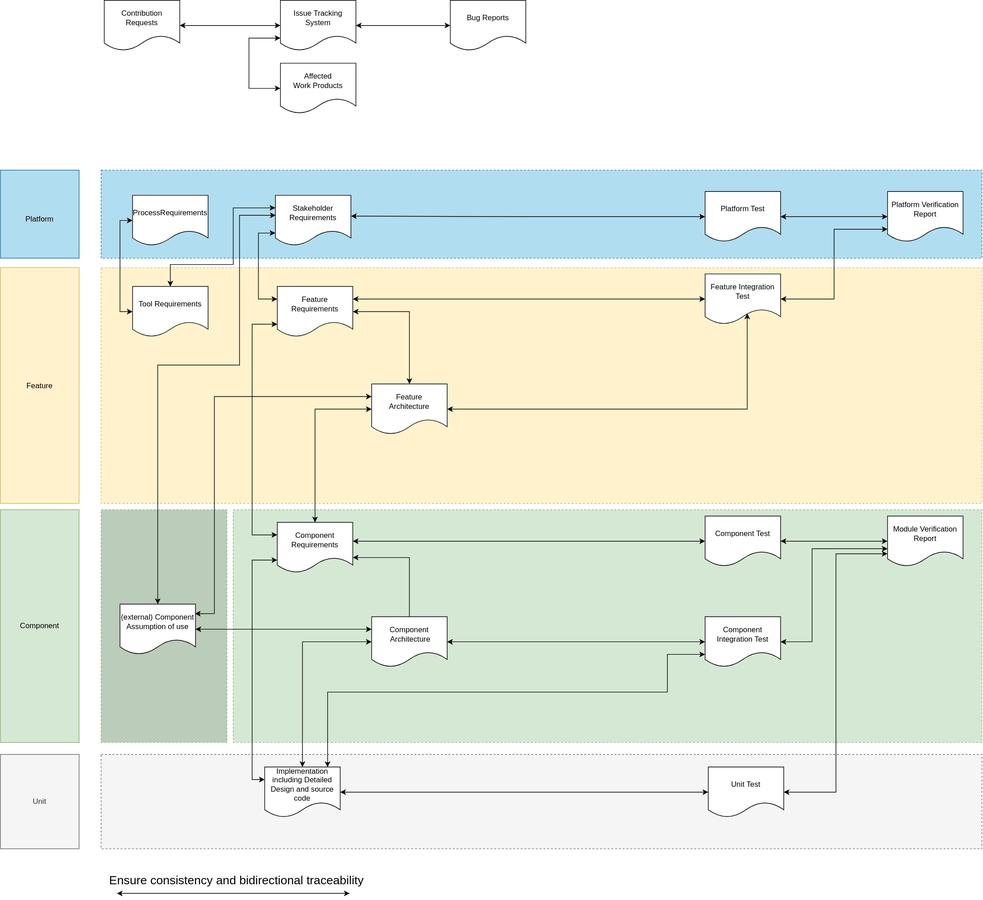
umaucher/score keeps this draw.io diagram as masc2023_create_general_concepts/_images/score_traceability_model_wp_overview.svg. Above is the earlier version. Source tidied: cells renumbered, new cells last; positions are measured from the earlier drawing's top-left corner, leaving out a move shared by most shapes.
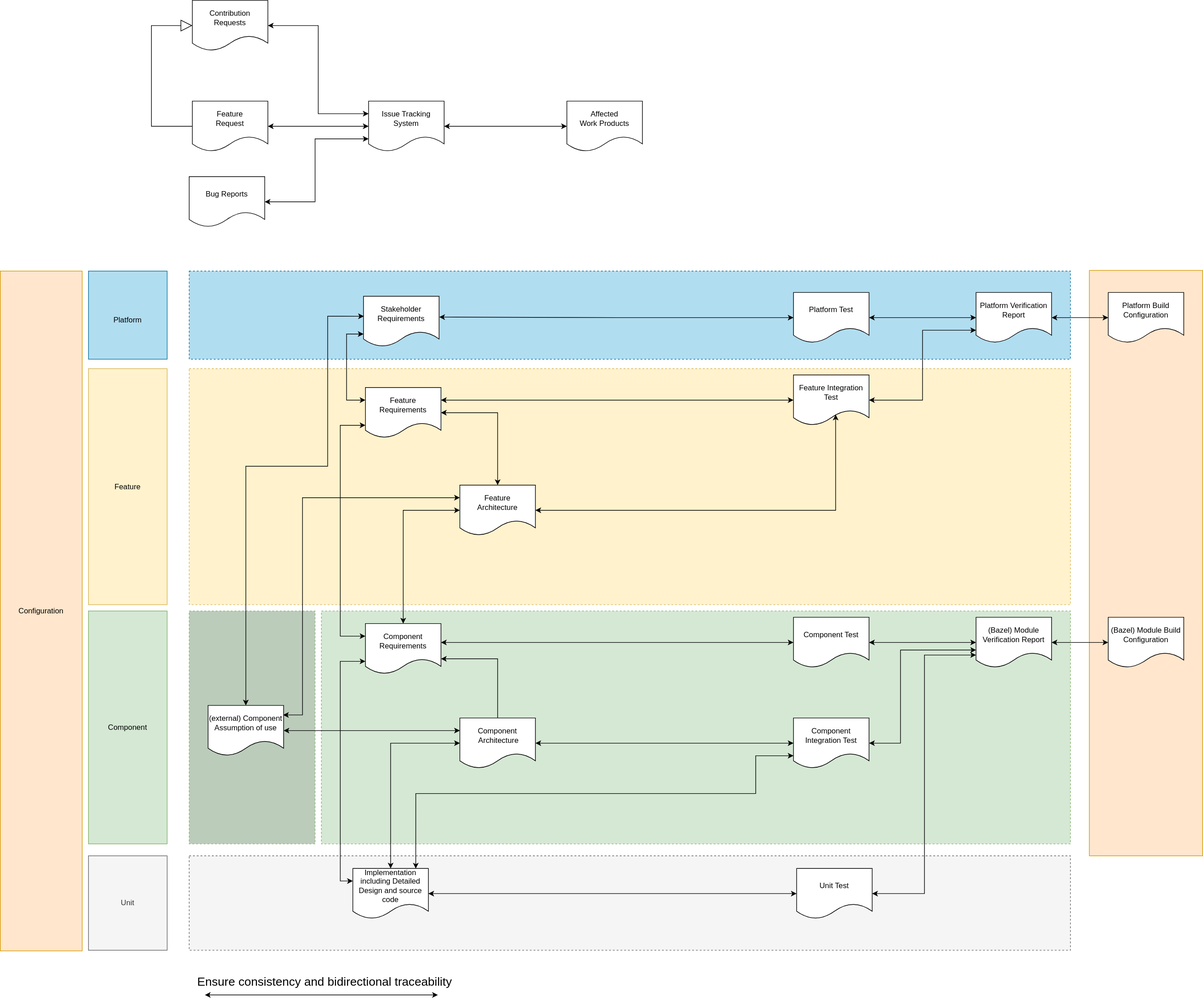
The same diagram one commit later.

Diff of the diagram source:
```diff
@@ -2,6 +2,9 @@
   <root>
     <mxCell id="0" />
     <mxCell id="1" parent="0" />
+    <mxCell id="61" style="rounded=0;whiteSpace=wrap;html=1;fillColor=#ffe6cc;strokeColor=#d79b00;" parent="1" vertex="1">
+      <mxGeometry x="1590" y="269" width="180" height="930" as="geometry" />
+    </mxCell>
     <mxCell id="2" style="rounded=0;whiteSpace=wrap;html=1;dashed=1;fillColor=#b1ddf0;strokeColor=#10739e;" parent="1" vertex="1">
       <mxGeometry x="160" y="270" width="1400" height="140" as="geometry" />
     </mxCell>
@@ -143,53 +146,36 @@
     <mxCell id="37" value="Feature Integration Test" style="shape=document;whiteSpace=wrap;html=1;boundedLbl=1;" parent="1" vertex="1">
       <mxGeometry x="1120" y="435" width="120" height="80" as="geometry" />
     </mxCell>
-    <mxCell id="38" value="Contribution&lt;br&gt;Requests" style="shape=document;whiteSpace=wrap;html=1;boundedLbl=1;" parent="1" vertex="1">
+    <mxCell id="38" value="Feature&lt;br&gt;Request" style="shape=document;whiteSpace=wrap;html=1;boundedLbl=1;" parent="1" vertex="1">
       <mxGeometry x="165" width="120" height="80" as="geometry" />
     </mxCell>
     <mxCell id="39" style="edgeStyle=orthogonalEdgeStyle;rounded=0;jettySize=auto;html=1;entryX=1;entryY=0.5;entryDx=0;entryDy=0;startArrow=classic;startFill=1;" parent="1" edge="1" source="42" target="38">
       <mxGeometry relative="1" as="geometry" />
     </mxCell>
-    <mxCell id="40" style="edgeStyle=orthogonalEdgeStyle;rounded=0;jettySize=auto;html=1;entryX=0;entryY=0.5;entryDx=0;entryDy=0;startArrow=classic;startFill=1;endArrow=classic;endFill=1;" parent="1" edge="1" source="42" target="52">
-      <mxGeometry relative="1" as="geometry" />
+    <mxCell id="40" style="edgeStyle=orthogonalEdgeStyle;rounded=0;jettySize=auto;html=1;entryX=1;entryY=0.5;entryDx=0;entryDy=0;startArrow=classic;startFill=1;endArrow=classic;endFill=1;exitX=0;exitY=0.75;exitDx=0;exitDy=0;" parent="1" edge="1" source="42" target="52">
+      <mxGeometry relative="1" as="geometry">
+        <Array as="points">
+          <mxPoint x="360" y="60" />
+          <mxPoint x="360" y="160" />
+        </Array>
+      </mxGeometry>
     </mxCell>
-    <mxCell id="41" style="edgeStyle=orthogonalEdgeStyle;rounded=0;jettySize=auto;html=1;entryX=0;entryY=0.5;entryDx=0;entryDy=0;startArrow=classic;startFill=1;endArrow=classic;endFill=1;exitX=0;exitY=0.75;exitDx=0;exitDy=0;" parent="1" edge="1" source="42" target="53">
-      <mxGeometry relative="1" as="geometry">
-        <Array as="points">
-          <mxPoint x="395" y="60" />
-          <mxPoint x="395" y="140" />
-        </Array>
-      </mxGeometry>
+    <mxCell id="41" style="edgeStyle=orthogonalEdgeStyle;rounded=0;jettySize=auto;html=1;startArrow=classic;startFill=1;endArrow=classic;endFill=1;exitX=1;exitY=0.5;exitDx=0;exitDy=0;entryX=0;entryY=0.5;entryDx=0;entryDy=0;" parent="1" edge="1" source="42" target="53">
+      <mxGeometry relative="1" as="geometry" />
     </mxCell>
     <mxCell id="42" value="Issue Tracking System" style="shape=document;whiteSpace=wrap;html=1;boundedLbl=1;" parent="1" vertex="1">
       <mxGeometry x="445" width="120" height="80" as="geometry" />
     </mxCell>
+    <mxCell id="62" style="edgeStyle=orthogonalEdgeStyle;rounded=0;jettySize=auto;html=1;entryX=0;entryY=0.5;entryDx=0;entryDy=0;startArrow=classic;startFill=1;" parent="1" edge="1" source="43" target="65">
+      <mxGeometry relative="1" as="geometry" />
+    </mxCell>
     <mxCell id="43" value="Platform Verification Report" style="shape=document;whiteSpace=wrap;html=1;boundedLbl=1;" parent="1" vertex="1">
       <mxGeometry x="1410" y="304" width="120" height="80" as="geometry" />
     </mxCell>
-    <mxCell id="44" style="edgeStyle=orthogonalEdgeStyle;rounded=0;jettySize=auto;html=1;entryX=0;entryY=0.25;entryDx=0;entryDy=0;startArrow=classic;startFill=1;endArrow=classic;endFill=1;exitX=0.5;exitY=0;exitDx=0;exitDy=0;" parent="1" edge="1" source="45" target="6">
-      <mxGeometry relative="1" as="geometry">
-        <Array as="points">
-          <mxPoint x="270" y="420" />
-          <mxPoint x="370" y="420" />
-          <mxPoint x="370" y="330" />
-        </Array>
-      </mxGeometry>
-    </mxCell>
-    <mxCell id="45" value="Tool Requirements" style="shape=document;whiteSpace=wrap;html=1;boundedLbl=1;" parent="1" vertex="1">
-      <mxGeometry x="210" y="455" width="120" height="80" as="geometry" />
-    </mxCell>
-    <mxCell id="46" style="edgeStyle=orthogonalEdgeStyle;rounded=0;jettySize=auto;html=1;entryX=0;entryY=0.5;entryDx=0;entryDy=0;startArrow=classic;startFill=1;endArrow=classic;endFill=1;exitX=0;exitY=0.5;exitDx=0;exitDy=0;" parent="1" edge="1" source="47" target="45">
-      <mxGeometry relative="1" as="geometry">
-        <Array as="points">
-          <mxPoint x="190" y="350" />
-          <mxPoint x="190" y="495" />
-        </Array>
-      </mxGeometry>
-    </mxCell>
-    <mxCell id="47" value="ProcessRequirements" style="shape=document;whiteSpace=wrap;html=1;boundedLbl=1;" parent="1" vertex="1">
-      <mxGeometry x="210" y="310" width="120" height="80" as="geometry" />
-    </mxCell>
+    <mxCell id="63" style="edgeStyle=orthogonalEdgeStyle;rounded=0;jettySize=auto;html=1;exitX=1;exitY=0.5;exitDx=0;exitDy=0;startArrow=classic;startFill=1;" parent="1" edge="1" source="48" target="64">
+      <mxGeometry relative="1" as="geometry" />
+    </mxCell>
-    <mxCell id="48" value="Module Verification Report" style="shape=document;whiteSpace=wrap;html=1;boundedLbl=1;" parent="1" vertex="1">
+    <mxCell id="48" value="(Bazel) Module Verification Report" style="shape=document;whiteSpace=wrap;html=1;boundedLbl=1;" parent="1" vertex="1">
       <mxGeometry x="1410" y="820" width="120" height="80" as="geometry" />
     </mxCell>
     <mxCell id="49" style="edgeStyle=orthogonalEdgeStyle;rounded=0;jettySize=auto;html=1;entryX=0.833;entryY=0.003;entryDx=0;entryDy=0;entryPerimeter=0;startArrow=classic;startFill=1;endArrow=classic;endFill=1;exitX=0;exitY=0.75;exitDx=0;exitDy=0;" parent="1" edge="1" source="51" target="20">
@@ -213,10 +199,10 @@
       <mxGeometry x="1120" y="980" width="120" height="80" as="geometry" />
     </mxCell>
     <mxCell id="52" value="Bug Reports" style="shape=document;whiteSpace=wrap;html=1;boundedLbl=1;" parent="1" vertex="1">
-      <mxGeometry x="715" width="120" height="80" as="geometry" />
+      <mxGeometry x="160" y="120" width="120" height="80" as="geometry" />
     </mxCell>
     <mxCell id="53" value="Affected&lt;br&gt;Work Products" style="shape=document;whiteSpace=wrap;html=1;boundedLbl=1;" parent="1" vertex="1">
-      <mxGeometry x="445" y="100" width="120" height="80" as="geometry" />
+      <mxGeometry x="760" width="120" height="80" as="geometry" />
     </mxCell>
     <mxCell id="54" style="rounded=0;whiteSpace=wrap;html=1;dashed=1;fillColor=#BBCCBA;strokeColor=#82b366;" parent="1" vertex="1">
       <mxGeometry x="160" y="810" width="200" height="370" as="geometry" />
@@ -256,5 +242,28 @@
     <mxCell id="60" value="Ensure consistency and bidirectional traceability" style="text;html=1;align=center;verticalAlign=middle;strokeColor=none;fillColor=none;fontSize=19;" parent="1" vertex="1">
       <mxGeometry x="160" y="1380" width="430" height="40" as="geometry" />
     </mxCell>
+    <mxCell id="64" value="(Bazel) Module Build Configuration" style="shape=document;whiteSpace=wrap;html=1;boundedLbl=1;" parent="1" vertex="1">
+      <mxGeometry x="1620" y="820" width="120" height="80" as="geometry" />
+    </mxCell>
+    <mxCell id="65" value="Platform Build Configuration" style="shape=document;whiteSpace=wrap;html=1;boundedLbl=1;" parent="1" vertex="1">
+      <mxGeometry x="1620" y="304" width="120" height="80" as="geometry" />
+    </mxCell>
+    <mxCell id="66" value="Configuration" style="rounded=0;whiteSpace=wrap;html=1;fillColor=#ffe6cc;strokeColor=#d79b00;" parent="1" vertex="1">
+      <mxGeometry x="-140" y="270" width="130" height="1080" as="geometry" />
+    </mxCell>
+    <mxCell id="67" style="edgeStyle=orthogonalEdgeStyle;rounded=0;jettySize=auto;html=1;entryX=0;entryY=0.25;entryDx=0;entryDy=0;startArrow=classic;startFill=1;" parent="1" edge="1" source="68" target="42">
+      <mxGeometry relative="1" as="geometry" />
+    </mxCell>
+    <mxCell id="68" value="Contribution&lt;br&gt;Requests" style="shape=document;whiteSpace=wrap;html=1;boundedLbl=1;" parent="1" vertex="1">
+      <mxGeometry x="165" y="-160" width="120" height="80" as="geometry" />
+    </mxCell>
+    <mxCell id="69" style="endArrow=block;endSize=16;endFill=0;html=1;rounded=0;entryX=0;entryY=0.5;entryDx=0;entryDy=0;exitX=0;exitY=0.5;exitDx=0;exitDy=0;" parent="1" edge="1" source="38" target="68">
+      <mxGeometry relative="1" as="geometry">
+        <Array as="points">
+          <mxPoint x="100" y="40" />
+          <mxPoint x="100" y="-120" />
+        </Array>
+      </mxGeometry>
+    </mxCell>
   </root>
 </mxGraphModel>
```
